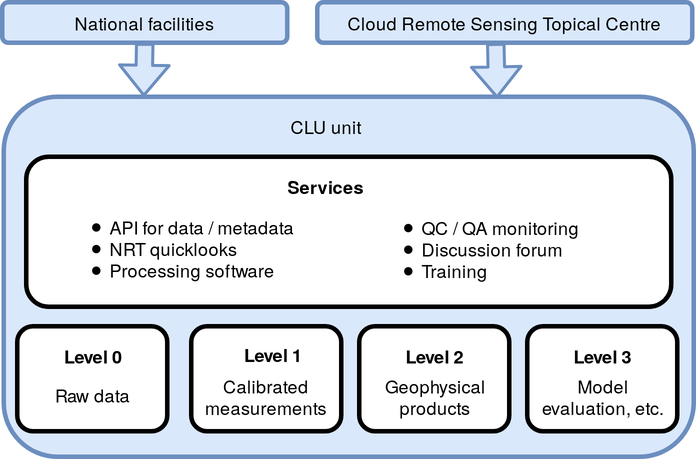
The draw.io diagram DMP/img/section4/clu_data_flow.png in actris/data-management-plan, before a commit. Source tidied: cells renumbered, new cells last; positions are measured from the earlier drawing's top-left corner, leaving out a move shared by most shapes.
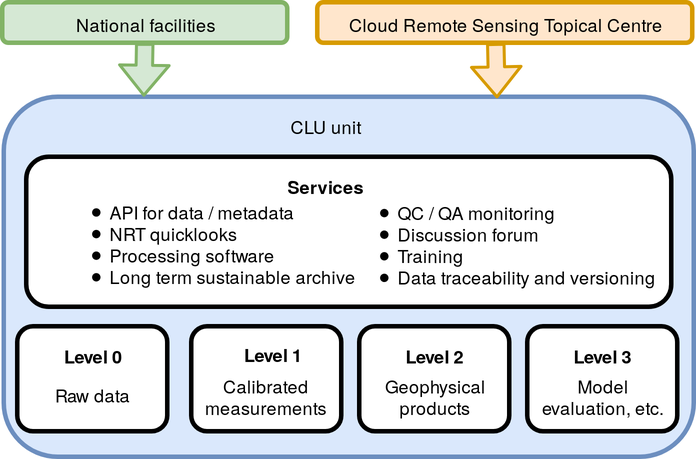
The same file after the commit.

Commit message:
updated clu figure

Diff of the diagram source:
```diff
@@ -2,22 +2,22 @@
   <root>
     <mxCell id="0" />
     <mxCell id="1" parent="0" />
-    <mxCell id="2" value="&lt;font style=&quot;font-size: 12px&quot;&gt;National facilities&lt;/font&gt;" style="rounded=1;whiteSpace=wrap;html=1;fillColor=#dae8fc;strokeColor=#6c8ebf;strokeWidth=3;" parent="1" vertex="1">
+    <mxCell id="2" value="&lt;font style=&quot;font-size: 12px&quot;&gt;National facilities&lt;/font&gt;" style="rounded=1;whiteSpace=wrap;html=1;fillColor=#d5e8d4;strokeColor=#82b366;strokeWidth=3;" parent="1" vertex="1">
       <mxGeometry width="190" height="27" as="geometry" />
     </mxCell>
     <mxCell id="3" style="rounded=1;whiteSpace=wrap;html=1;strokeWidth=3;fillColor=#dae8fc;strokeColor=#6c8ebf;" parent="1" vertex="1">
       <mxGeometry x="1" y="63" width="460" height="240" as="geometry" />
     </mxCell>
-    <mxCell id="4" value="&lt;font style=&quot;font-size: 12px&quot;&gt;Cloud Remote Sensing Topical Centre&lt;/font&gt;" style="rounded=1;whiteSpace=wrap;html=1;fillColor=#dae8fc;strokeColor=#6c8ebf;strokeWidth=3;" parent="1" vertex="1">
+    <mxCell id="4" value="&lt;font style=&quot;font-size: 12px&quot;&gt;Cloud Remote Sensing Topical Centre&lt;/font&gt;" style="rounded=1;whiteSpace=wrap;html=1;fillColor=#ffe6cc;strokeColor=#d79b00;strokeWidth=3;" parent="1" vertex="1">
       <mxGeometry x="210" width="250" height="27" as="geometry" />
     </mxCell>
     <mxCell id="5" value="&lt;font style=&quot;font-size: 12px&quot;&gt;CLU unit&lt;/font&gt;" style="text;html=1;strokeColor=none;fillColor=none;align=center;verticalAlign=middle;whiteSpace=wrap;rounded=0;" parent="1" vertex="1">
       <mxGeometry x="165" y="72" width="100" height="20" as="geometry" />
     </mxCell>
-    <mxCell id="6" style="shape=flexArrow;endArrow=classic;html=1;entryX=0.203;entryY=0;entryDx=0;entryDy=0;entryPerimeter=0;fillColor=#dae8fc;strokeColor=#6c8ebf;strokeWidth=2;exitX=0.5;exitY=1;exitDx=0;exitDy=0;" parent="1" edge="1" source="2" target="3">
+    <mxCell id="6" style="shape=flexArrow;endArrow=classic;html=1;entryX=0.203;entryY=0;entryDx=0;entryDy=0;entryPerimeter=0;fillColor=#d5e8d4;strokeColor=#82b366;strokeWidth=2;exitX=0.5;exitY=1;exitDx=0;exitDy=0;" parent="1" edge="1" source="2" target="3">
       <mxGeometry relative="1" as="geometry" />
     </mxCell>
-    <mxCell id="7" style="shape=flexArrow;endArrow=classic;html=1;entryX=0.167;entryY=0.004;entryDx=0;entryDy=0;entryPerimeter=0;fillColor=#dae8fc;strokeColor=#6c8ebf;strokeWidth=2;exitX=0.476;exitY=1.005;exitDx=0;exitDy=0;exitPerimeter=0;" parent="1" edge="1" source="4">
+    <mxCell id="7" style="shape=flexArrow;endArrow=classic;html=1;entryX=0.167;entryY=0.004;entryDx=0;entryDy=0;entryPerimeter=0;fillColor=#ffe6cc;strokeColor=#d79b00;strokeWidth=2;exitX=0.476;exitY=1.005;exitDx=0;exitDy=0;exitPerimeter=0;" parent="1" edge="1" source="4">
       <mxGeometry relative="1" as="geometry">
         <mxPoint x="329.8" y="64.1" as="targetPoint" />
       </mxGeometry>
@@ -64,11 +64,11 @@
     <mxCell id="21" value="&lt;b&gt;Services&lt;/b&gt;" style="text;html=1;strokeColor=none;fillColor=none;align=center;verticalAlign=middle;whiteSpace=wrap;rounded=0;" parent="1" vertex="1">
       <mxGeometry x="170" y="112" width="90" height="20" as="geometry" />
     </mxCell>
-    <mxCell id="22" value="&lt;ul&gt;&lt;li&gt;API for data / metadata&lt;/li&gt;&lt;li&gt;NRT quicklooks&lt;/li&gt;&lt;li&gt;Processing software&lt;br&gt;&lt;/li&gt;&lt;/ul&gt;" style="text;html=1;strokeColor=none;fillColor=none;align=left;verticalAlign=middle;whiteSpace=wrap;rounded=0;" parent="1" vertex="1">
-      <mxGeometry x="30" y="133" width="170" height="60" as="geometry" />
+    <mxCell id="22" value="&lt;ul&gt;&lt;li&gt;API for data / metadata&lt;/li&gt;&lt;li&gt;NRT quicklooks&lt;/li&gt;&lt;li&gt;Processing software&lt;/li&gt;&lt;li&gt;Long term &lt;span lang=&quot;EN-US&quot;&gt;sustainable archive&lt;/span&gt;&lt;/li&gt;&lt;/ul&gt;" style="text;html=1;strokeColor=none;fillColor=none;align=left;verticalAlign=middle;whiteSpace=wrap;rounded=0;" parent="1" vertex="1">
+      <mxGeometry x="30" y="131" width="220" height="60" as="geometry" />
     </mxCell>
-    <mxCell id="23" value="&lt;br&gt;&lt;ul&gt;&lt;li&gt;QC / QA monitoring&lt;br&gt;&lt;/li&gt;&lt;li&gt;Discussion forum&lt;/li&gt;&lt;li&gt;Training&lt;br&gt;&lt;/li&gt;&lt;/ul&gt;" style="text;html=1;strokeColor=none;fillColor=none;align=left;verticalAlign=middle;whiteSpace=wrap;rounded=0;" parent="1" vertex="1">
-      <mxGeometry x="238" y="134" width="170" height="46" as="geometry" />
+    <mxCell id="23" value="&lt;br&gt;&lt;ul&gt;&lt;li&gt;QC / QA monitoring&lt;br&gt;&lt;/li&gt;&lt;li&gt;Discussion forum&lt;/li&gt;&lt;li&gt;Training&lt;/li&gt;&lt;li&gt;Data traceability and versioning&lt;br&gt;&lt;/li&gt;&lt;/ul&gt;" style="text;html=1;strokeColor=none;fillColor=none;align=left;verticalAlign=middle;whiteSpace=wrap;rounded=0;" parent="1" vertex="1">
+      <mxGeometry x="222" y="124" width="232" height="59" as="geometry" />
     </mxCell>
   </root>
 </mxGraphModel>
```
